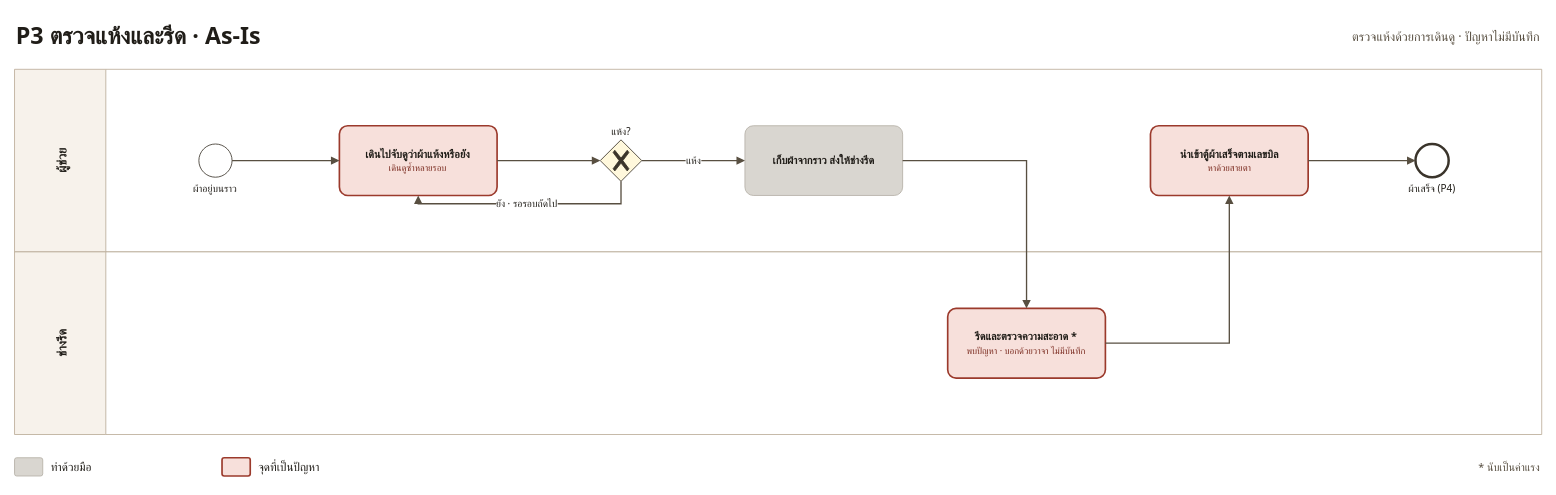
This is page "P3 ตรวจแห้ง รีด จัดเก็บ · As-Is" (7 of 16) of docs/proposal/process-bpmn.drawio from peeranat45/sriborisud-laundry, a draw.io file, before an edit. Source tidied: cells renumbered, new cells numbered last; positions are measured from the earlier drawing's top-left corner, leaving out a move shared by most shapes. Both pictures are drawn from the tidied source at 83%, with x=0, y=0 at pixel (14, 14).
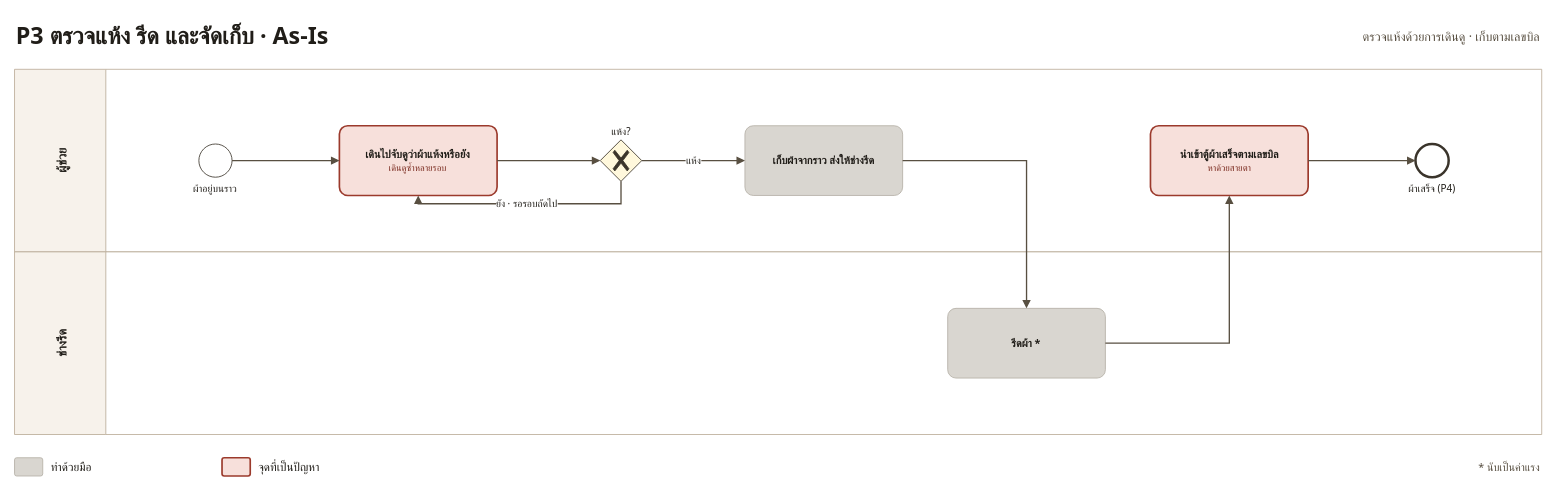
Above is the later version.

What changed in the source:
```diff
@@
-    <mxCell id="2" value="&lt;b&gt;P3 ตรวจแห้งและรีด · As-Is&lt;/b&gt;" style="fontFamily=Tahoma;html=1;whiteSpace=wrap;text;strokeColor=none;fillColor=none;verticalAlign=middle;align=left;fontSize=28;fontColor=light-dark(#201D18,#201D18);" parent="1" vertex="1">
+    <mxCell id="2" value="&lt;b&gt;P3 ตรวจแห้ง รีด และจัดเก็บ · As-Is&lt;/b&gt;" style="fontFamily=Tahoma;html=1;whiteSpace=wrap;text;strokeColor=none;fillColor=none;verticalAlign=middle;align=left;fontSize=28;fontColor=light-dark(#201D18,#201D18);" parent="1" vertex="1">
       <mxGeometry width="1300" height="50" as="geometry" />
     </mxCell>
-    <mxCell id="3" value="ตรวจแห้งด้วยการเดินดู · ปัญหาไม่มีบันทึก" style="fontFamily=Tahoma;html=1;whiteSpace=wrap;text;strokeColor=none;fillColor=none;verticalAlign=middle;align=right;fontSize=15;fontColor=light-dark(#584F41,#584F41);" parent="1" vertex="1">
+    <mxCell id="3" value="ตรวจแห้งด้วยการเดินดู · เก็บตามเลขบิล" style="fontFamily=Tahoma;html=1;whiteSpace=wrap;text;strokeColor=none;fillColor=none;verticalAlign=middle;align=right;fontSize=15;fontColor=light-dark(#584F41,#584F41);" parent="1" vertex="1">
       <mxGeometry x="960" width="880" height="50" as="geometry" />
     </mxCell>
@@
-    <mxCell id="10" value="&lt;b&gt;รีดและตรวจความสะอาด *&lt;/b&gt;&lt;br&gt;&lt;font style='font-size:11px' color='#7A2A1F'&gt;พบปัญหา · บอกด้วยวาจา ไม่มีบันทึก&lt;/font&gt;" style="fontFamily=Tahoma;html=1;whiteSpace=wrap;rounded=1;arcSize=12;fontSize=13;verticalAlign=middle;spacing=4;fontColor=light-dark(#201D18,#201D18);fillColor=light-dark(#F7E0DB,#F7E0DB);strokeColor=light-dark(#9B3A2C,#9B3A2C);strokeWidth=2;" parent="1" vertex="1">
+    <mxCell id="10" value="&lt;b&gt;รีดผ้า *&lt;/b&gt;" style="fontFamily=Tahoma;html=1;whiteSpace=wrap;rounded=1;arcSize=12;fontSize=13;verticalAlign=middle;spacing=4;fontColor=light-dark(#201D18,#201D18);fillColor=light-dark(#D9D6D0,#D9D6D0);strokeColor=light-dark(#B5B0A6,#B5B0A6);" parent="1" vertex="1">
       <mxGeometry x="1124.3" y="354" width="190" height="84" as="geometry" />
     </mxCell>
```
